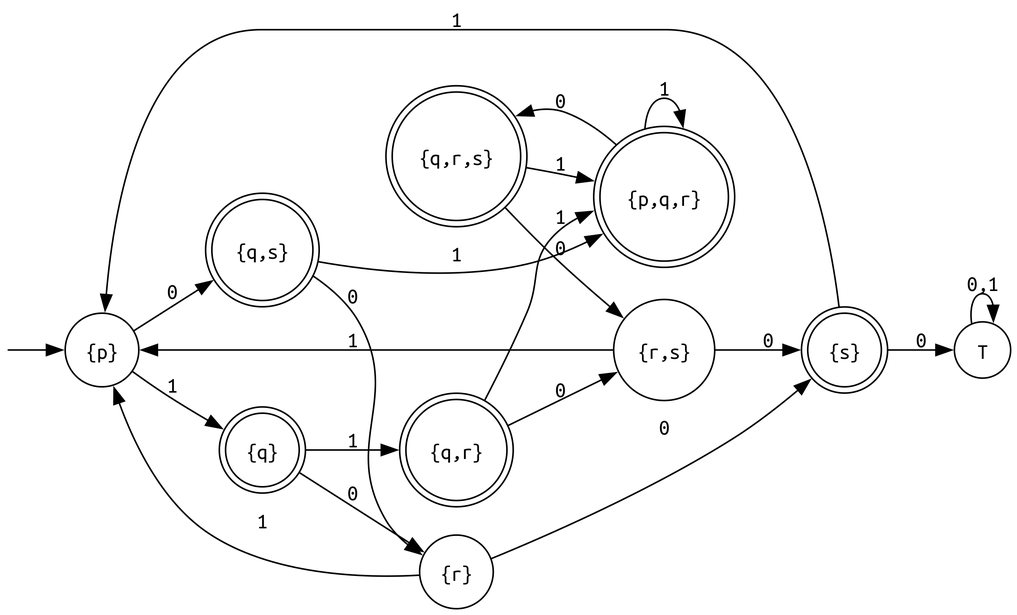
Earlier version of the Graphviz export prácticas/p05/assets/ej01c-afd.png (honi/uba-tleng). Its source is kept beside it as prácticas/p05/assets/ej01c-afd.dot. Its diagram source:
```dot
digraph ej01c_afd {
	dpi=300
    rankdir=LR
	fontname="Ubuntu Mono"
	node [fontname="Ubuntu Mono"]
	edge [fontname="Ubuntu Mono"]
	node [shape=doublecircle]; "{q,s}" "{q}" "{p,q,r}" "{q,r}" "{s}" "{q,r,s}"
	node [shape=circle]
	start [label="", shape=none, width=0, height=0]
	start -> "{p}"
	"{p}" -> "{q,s}" [label="0"]
	"{p}" -> "{q}" [label="1"]
	"{q,s}" -> "{r}" [label="0", constraint=false]
	"{q,s}" -> "{p,q,r}" [label="1", constraint=false]
	"{q}" -> "{r}" [label="0"]
	"{q}" -> "{q,r}" [label="1"]
	"{r}" -> "{s}" [label="0"]
	"{r}" -> "{p}" [label="1"]
	"{p,q,r}" -> "{q,r,s}" [label="0", constraint=false]
	"{p,q,r}" -> "{p,q,r}" [label="1", constraint=false]
	"{q,r}" -> "{r,s}" [label="0"]
	"{q,r}" -> "{p,q,r}" [label="1"]
	"{s}" -> T [label="0"]
	"{s}" -> "{p}" [label="1"]
	"{q,r,s}" -> "{r,s}" [label="0"]
	"{q,r,s}" -> "{p,q,r}" [label="1"]
	"{r,s}" -> "{s}" [label="0"]
	"{r,s}" -> "{p}" [label="1"]
	"T" -> "T" [label="0,1"]
}
```
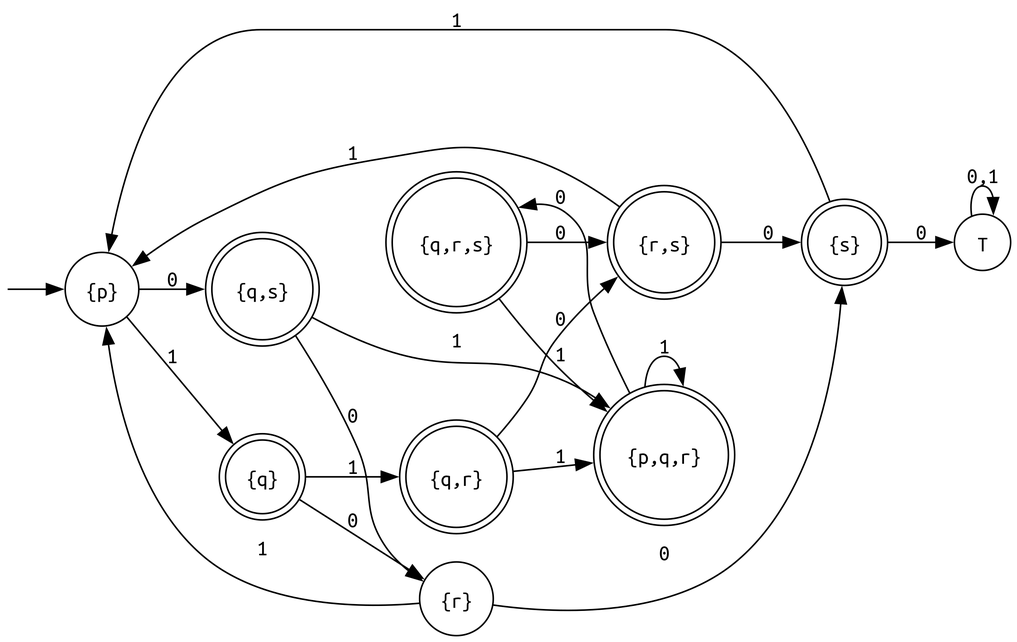
After the commit.

Diff of the diagram source:
```diff
@@ -4,7 +4,7 @@
 	fontname="Ubuntu Mono"
 	node [fontname="Ubuntu Mono"]
 	edge [fontname="Ubuntu Mono"]
-	node [shape=doublecircle]; "{q,s}" "{q}" "{p,q,r}" "{q,r}" "{s}" "{q,r,s}"
+	node [shape=doublecircle]; "{q,s}" "{q}" "{p,q,r}" "{q,r}" "{s}" "{q,r,s}" "{r,s}"
 	node [shape=circle]
 	start [label="", shape=none, width=0, height=0]
 	start -> "{p}"
```
